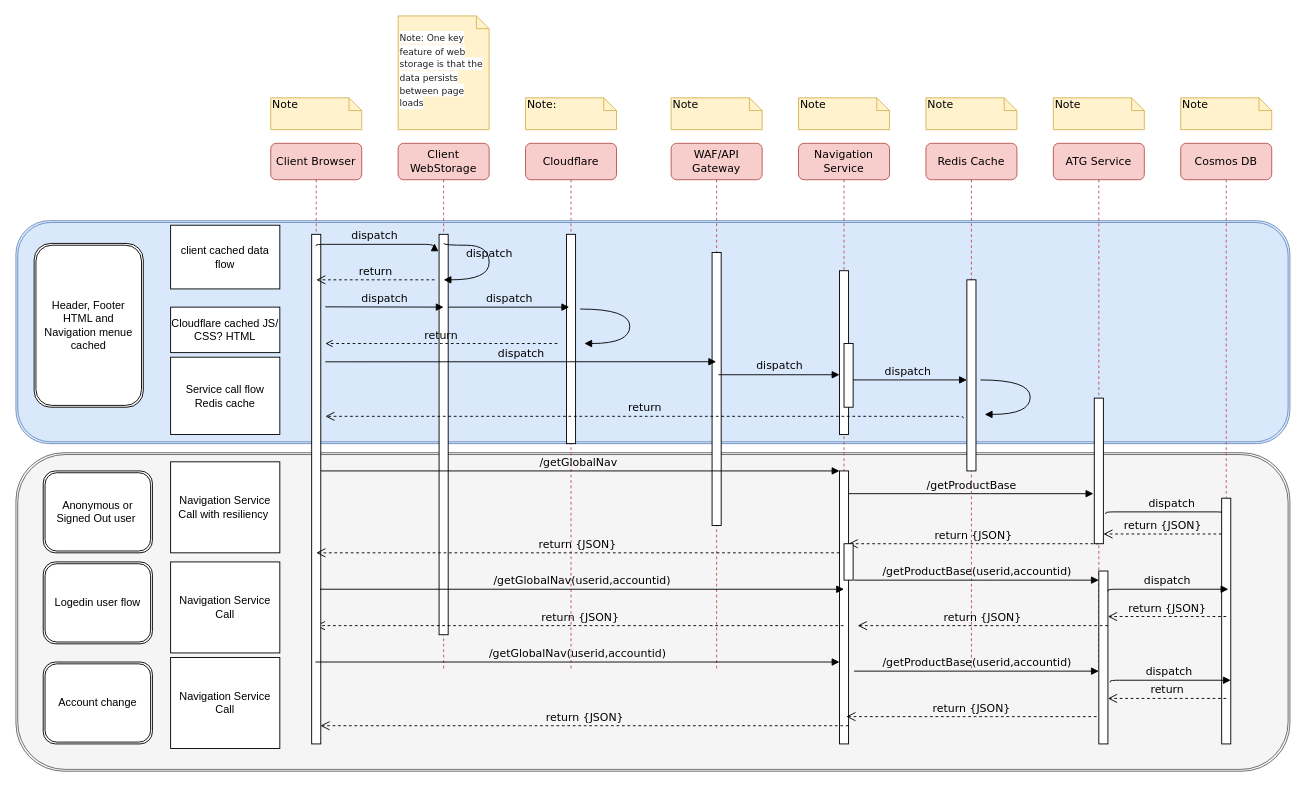
The draw.io diagram Navigation Seq.drawio in neio100/orange, before the edit. Source tidied: cells renumbered, new cells numbered last; positions are measured from the earlier drawing's top-left corner, leaving out a move shared by most shapes. Both pictures are drawn from the tidied source at 91%, with x=0, y=0 at pixel (15, 15).
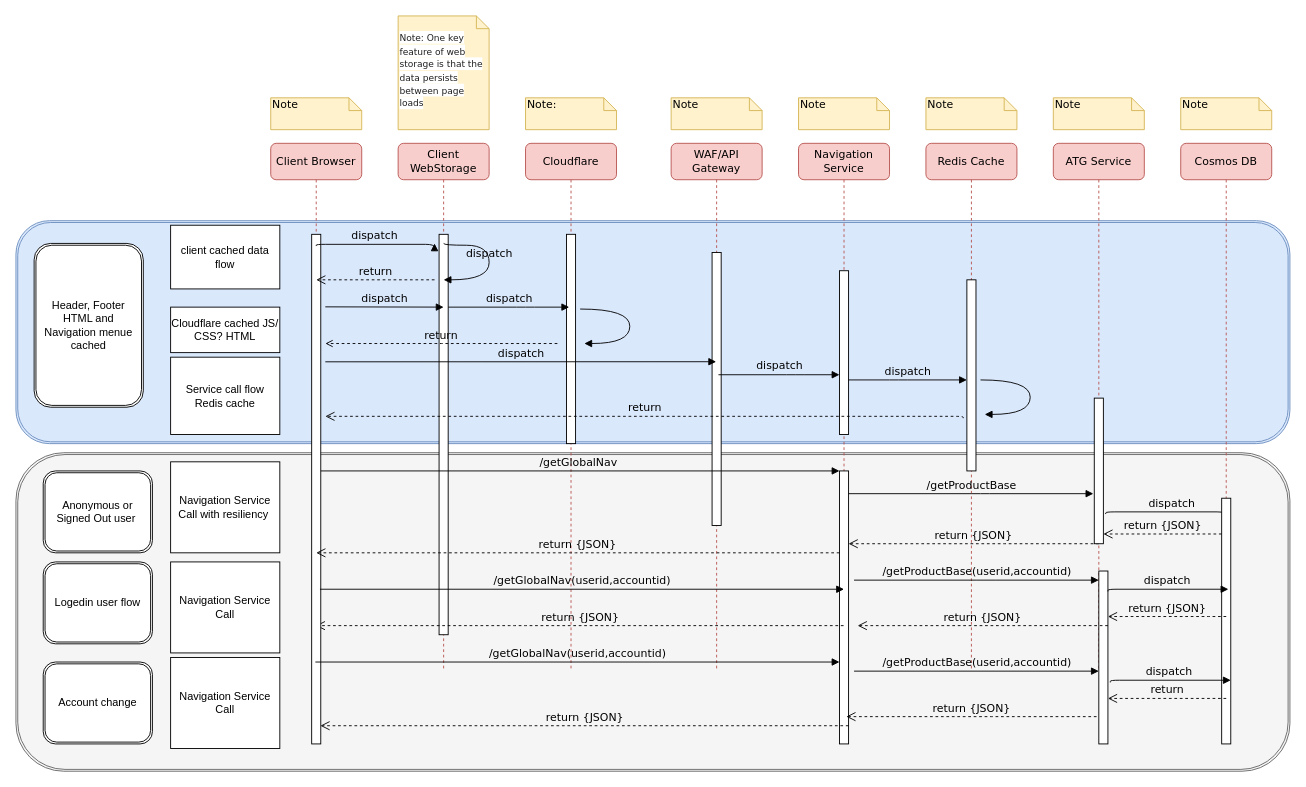
The same diagram, later.

Diff of the diagram source:
```diff
@@
-    <mxCell id="27" style="html=1;perimeter=orthogonalPerimeter;rounded=0;shadow=0;comic=0;labelBackgroundColor=none;strokeWidth=1;fontFamily=Verdana;fontSize=12;align=center;" parent="1" vertex="1">
-      <mxGeometry x="910" y="360" width="10" height="70" as="geometry" />
-    </mxCell>
-    <mxCell id="28" style="html=1;perimeter=orthogonalPerimeter;rounded=0;shadow=0;comic=0;labelBackgroundColor=none;strokeWidth=1;fontFamily=Verdana;fontSize=12;align=center;" parent="1" vertex="1">
-      <mxGeometry x="910" y="580" width="10" height="40" as="geometry" />
-    </mxCell>
```
